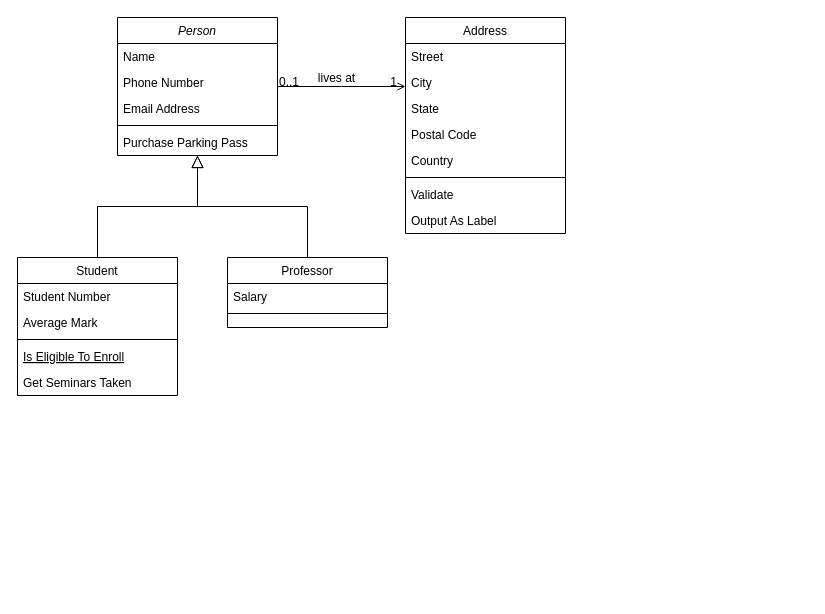
Earlier version of the draw.io diagram Untitled Diagram.drawio (fahmi959/RPL). Source tidied: cells renumbered, new cells numbered last; positions are measured from the earlier drawing's top-left corner, leaving out a move shared by most shapes. Both pictures are drawn from the tidied source at 100%, with x=0, y=0 at pixel (17, 17).
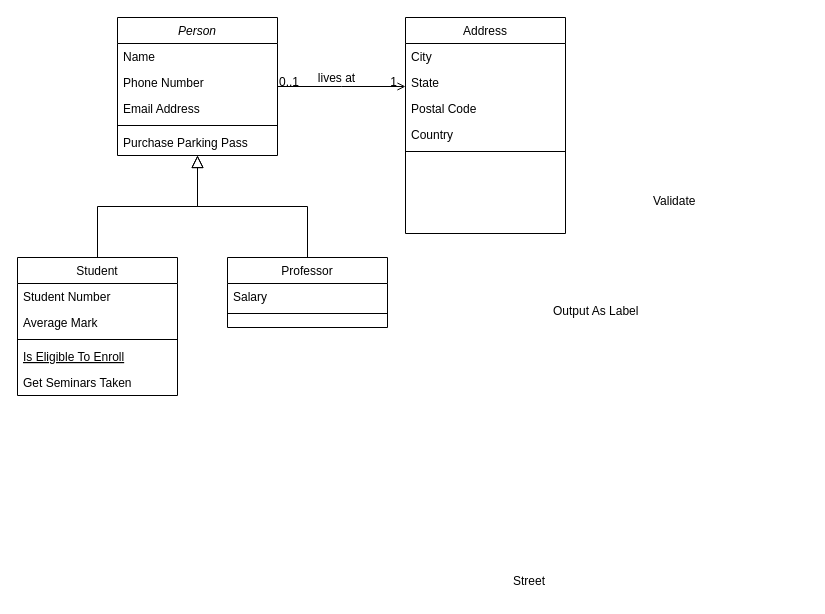
The same page after the edit.

Unchanged cells that the change refers to:
```xml
<mxCell id="19" value="Address" style="swimlane;fontStyle=0;align=center;verticalAlign=top;horizontal=1;startSize=26;rounded=0;shadow=0;strokeWidth=1;" parent="1" vertex="1">
  <mxGeometry x="388" width="160" height="216" as="geometry" />
</mxCell>
```

Diff of the diagram source:
```diff
@@
-    <mxCell id="20" value="Street" style="text;align=left;verticalAlign=top;spacingLeft=4;spacingRight=4;overflow=hidden;" parent="19" vertex="1">
-      <mxGeometry y="26" width="160" height="26" as="geometry" />
-    </mxCell>
     <mxCell id="21" value="City" style="text;align=left;verticalAlign=top;spacingLeft=4;spacingRight=4;overflow=hidden;rounded=0;shadow=0;html=0;" parent="19" vertex="1">
-      <mxGeometry y="52" width="160" height="26" as="geometry" />
+      <mxGeometry y="26" width="160" height="26" as="geometry" />
     </mxCell>
     <mxCell id="22" value="State" style="text;align=left;verticalAlign=top;spacingLeft=4;spacingRight=4;overflow=hidden;rounded=0;shadow=0;html=0;" parent="19" vertex="1">
-      <mxGeometry y="78" width="160" height="26" as="geometry" />
+      <mxGeometry y="52" width="160" height="26" as="geometry" />
     </mxCell>
     <mxCell id="23" value="Postal Code" style="text;align=left;verticalAlign=top;spacingLeft=4;spacingRight=4;overflow=hidden;rounded=0;shadow=0;html=0;" parent="19" vertex="1">
-      <mxGeometry y="104" width="160" height="26" as="geometry" />
+      <mxGeometry y="78" width="160" height="26" as="geometry" />
     </mxCell>
     <mxCell id="24" value="Country" style="text;align=left;verticalAlign=top;spacingLeft=4;spacingRight=4;overflow=hidden;rounded=0;shadow=0;html=0;" parent="19" vertex="1">
-      <mxGeometry y="130" width="160" height="26" as="geometry" />
+      <mxGeometry y="104" width="160" height="26" as="geometry" />
     </mxCell>
     <mxCell id="25" style="line;html=1;strokeWidth=1;align=left;verticalAlign=middle;spacingTop=-1;spacingLeft=3;spacingRight=3;labelPosition=right;" parent="19" vertex="1">
-      <mxGeometry y="156" width="160" height="8" as="geometry" />
+      <mxGeometry y="130" width="160" height="8" as="geometry" />
     </mxCell>
-    <mxCell id="26" value="Validate" style="text;align=left;verticalAlign=top;spacingLeft=4;spacingRight=4;overflow=hidden;" parent="19" vertex="1">
-      <mxGeometry y="164" width="160" height="26" as="geometry" />
-    </mxCell>
-    <mxCell id="27" value="Output As Label" style="text;align=left;verticalAlign=top;spacingLeft=4;spacingRight=4;overflow=hidden;" parent="19" vertex="1">
-      <mxGeometry y="190" width="160" height="26" as="geometry" />
-    </mxCell>
@@
+    <mxCell id="20" value="Street" style="text;align=left;verticalAlign=top;spacingLeft=4;spacingRight=4;overflow=hidden;" parent="1" vertex="1">
+      <mxGeometry x="490" y="550" width="160" height="26" as="geometry" />
+    </mxCell>
+    <mxCell id="27" value="Output As Label" style="text;align=left;verticalAlign=top;spacingLeft=4;spacingRight=4;overflow=hidden;" parent="1" vertex="1">
+      <mxGeometry x="530" y="280" width="160" height="26" as="geometry" />
+    </mxCell>
+    <mxCell id="26" value="Validate" style="text;align=left;verticalAlign=top;spacingLeft=4;spacingRight=4;overflow=hidden;" parent="1" vertex="1">
+      <mxGeometry x="630" y="170" width="160" height="26" as="geometry" />
+    </mxCell>
```
